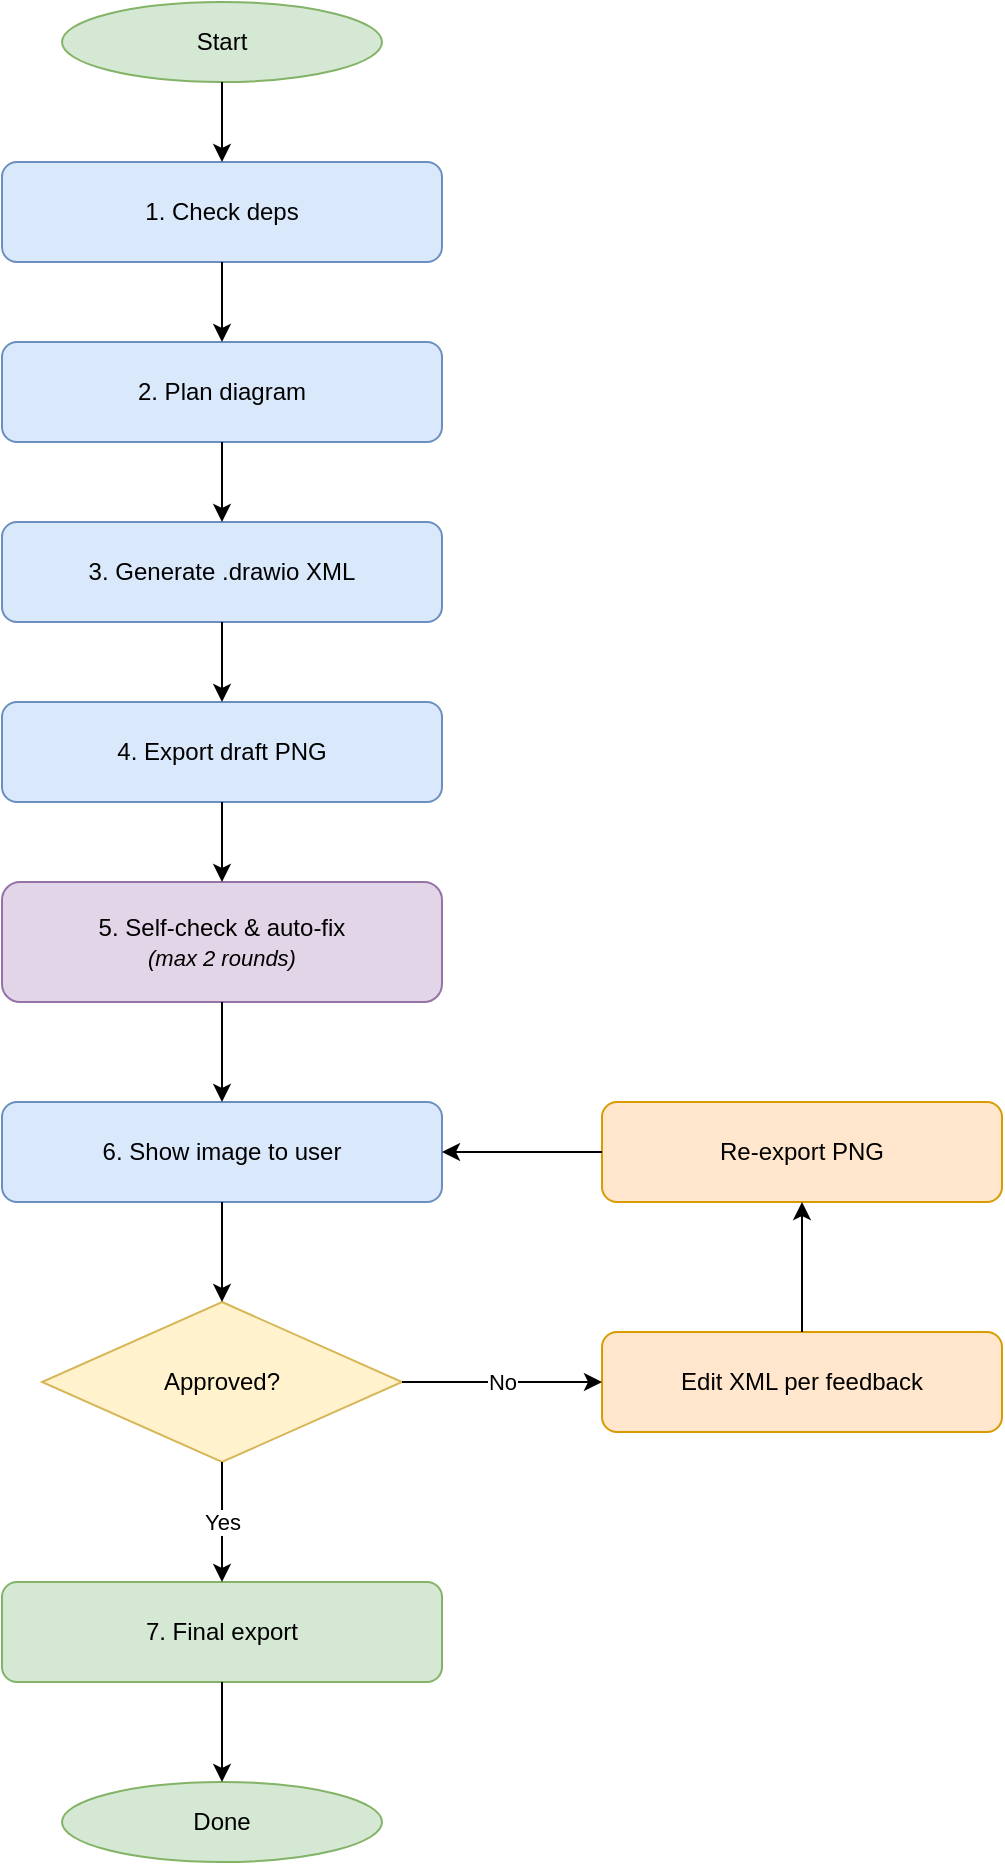
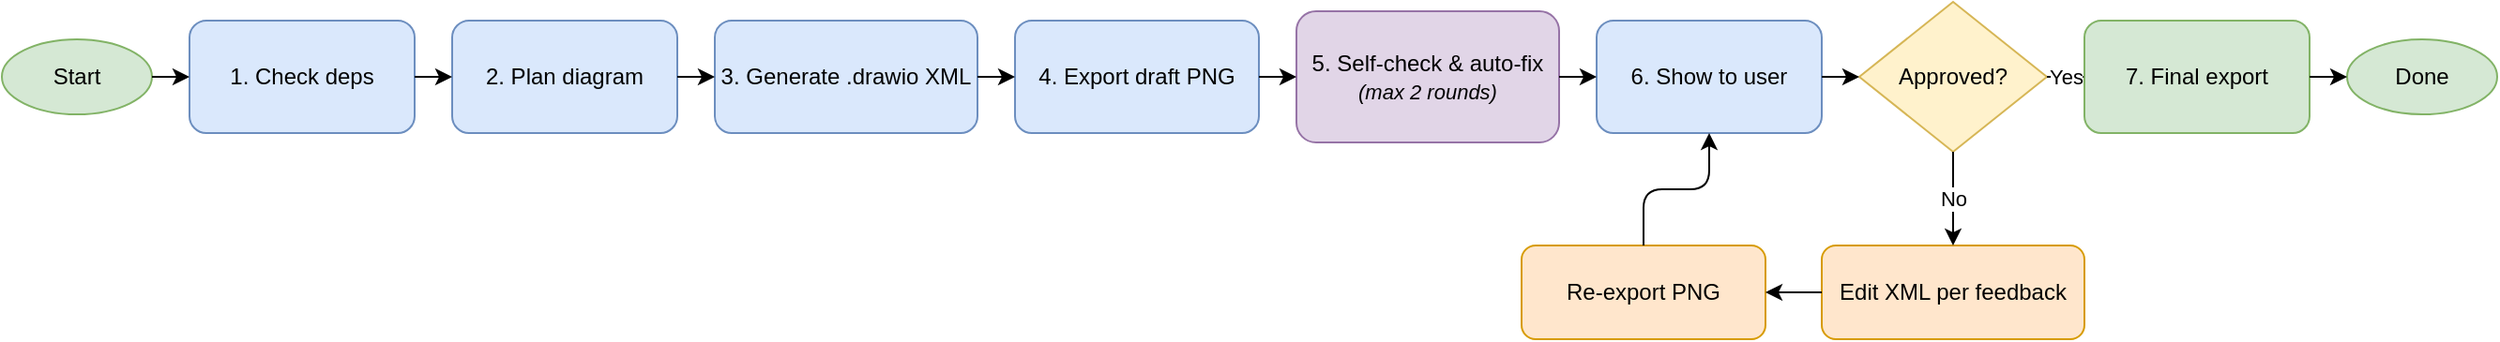
<?xml version="1.0" encoding="UTF-8"?>
<mxfile host="drawio" version="26.0.0">
  <diagram name="Page-1">
-     <mxGraphModel>
+     <mxGraphModel pageWidth="1400" pageHeight="320" grid="1" gridSize="10" guides="1" tooltips="1" connect="1" arrows="1" fold="1" page="1" pageScale="1" math="0" shadow="0">
      <root>
        <mxCell id="0" />
        <mxCell id="1" parent="0" />

        <!-- Start -->
        <mxCell id="2" value="Start" style="ellipse;whiteSpace=wrap;html=1;fillColor=#d5e8d4;strokeColor=#82b366;" vertex="1" parent="1">
-           <mxGeometry x="170" y="20" width="160" height="40" as="geometry" />
+           <mxGeometry x="20" y="130" width="80" height="40" as="geometry" />
        </mxCell>

        <!-- 1. Check deps -->
        <mxCell id="3" value="1. Check deps" style="rounded=1;whiteSpace=wrap;html=1;fillColor=#dae8fc;strokeColor=#6c8ebf;" vertex="1" parent="1">
-           <mxGeometry x="140" y="100" width="220" height="50" as="geometry" />
+           <mxGeometry x="120" y="120" width="120" height="60" as="geometry" />
        </mxCell>

-         <!-- 2. Plan -->
+         <!-- 2. Plan diagram -->
        <mxCell id="4" value="2. Plan diagram" style="rounded=1;whiteSpace=wrap;html=1;fillColor=#dae8fc;strokeColor=#6c8ebf;" vertex="1" parent="1">
-           <mxGeometry x="140" y="190" width="220" height="50" as="geometry" />
+           <mxGeometry x="260" y="120" width="120" height="60" as="geometry" />
        </mxCell>

        <!-- 3. Generate XML -->
        <mxCell id="5" value="3. Generate .drawio XML" style="rounded=1;whiteSpace=wrap;html=1;fillColor=#dae8fc;strokeColor=#6c8ebf;" vertex="1" parent="1">
-           <mxGeometry x="140" y="280" width="220" height="50" as="geometry" />
+           <mxGeometry x="400" y="120" width="140" height="60" as="geometry" />
        </mxCell>

-         <!-- 4. Export PNG -->
+         <!-- 4. Export draft PNG -->
        <mxCell id="6" value="4. Export draft PNG" style="rounded=1;whiteSpace=wrap;html=1;fillColor=#dae8fc;strokeColor=#6c8ebf;" vertex="1" parent="1">
-           <mxGeometry x="140" y="370" width="220" height="50" as="geometry" />
+           <mxGeometry x="560" y="120" width="130" height="60" as="geometry" />
        </mxCell>

-         <!-- 5. Self-check -->
+         <!-- 5. Self-check &amp; auto-fix -->
        <mxCell id="7" value="5. Self-check &amp; auto-fix&lt;br&gt;&lt;i style=&quot;font-size:11px&quot;&gt;(max 2 rounds)&lt;/i&gt;" style="rounded=1;whiteSpace=wrap;html=1;fillColor=#e1d5e7;strokeColor=#9673a6;" vertex="1" parent="1">
-           <mxGeometry x="140" y="460" width="220" height="60" as="geometry" />
+           <mxGeometry x="710" y="115" width="140" height="70" as="geometry" />
        </mxCell>

-         <!-- 6. Show to user -->
-         <mxCell id="8" value="6. Show image to user" style="rounded=1;whiteSpace=wrap;html=1;fillColor=#dae8fc;strokeColor=#6c8ebf;" vertex="1" parent="1">
-           <mxGeometry x="140" y="570" width="220" height="50" as="geometry" />
+         <!-- 6. Show image to user -->
+         <mxCell id="8" value="6. Show to user" style="rounded=1;whiteSpace=wrap;html=1;fillColor=#dae8fc;strokeColor=#6c8ebf;" vertex="1" parent="1">
+           <mxGeometry x="870" y="120" width="120" height="60" as="geometry" />
        </mxCell>

        <!-- Approved? -->
        <mxCell id="9" value="Approved?" style="rhombus;whiteSpace=wrap;html=1;fillColor=#fff2cc;strokeColor=#d6b656;" vertex="1" parent="1">
-           <mxGeometry x="160" y="670" width="180" height="80" as="geometry" />
-         </mxCell>
- 
-         <!-- Edit XML (side) -->
-         <mxCell id="10" value="Edit XML per feedback" style="rounded=1;whiteSpace=wrap;html=1;fillColor=#ffe6cc;strokeColor=#d79b00;" vertex="1" parent="1">
-           <mxGeometry x="440" y="685" width="200" height="50" as="geometry" />
-         </mxCell>
- 
-         <!-- Re-export PNG (side) -->
-         <mxCell id="11" value="Re-export PNG" style="rounded=1;whiteSpace=wrap;html=1;fillColor=#ffe6cc;strokeColor=#d79b00;" vertex="1" parent="1">
-           <mxGeometry x="440" y="570" width="200" height="50" as="geometry" />
+           <mxGeometry x="1010" y="110" width="100" height="80" as="geometry" />
        </mxCell>

        <!-- 7. Final export -->
        <mxCell id="12" value="7. Final export" style="rounded=1;whiteSpace=wrap;html=1;fillColor=#d5e8d4;strokeColor=#82b366;" vertex="1" parent="1">
-           <mxGeometry x="140" y="810" width="220" height="50" as="geometry" />
+           <mxGeometry x="1130" y="120" width="120" height="60" as="geometry" />
        </mxCell>

        <!-- Done -->
        <mxCell id="13" value="Done" style="ellipse;whiteSpace=wrap;html=1;fillColor=#d5e8d4;strokeColor=#82b366;" vertex="1" parent="1">
-           <mxGeometry x="170" y="910" width="160" height="40" as="geometry" />
+           <mxGeometry x="1270" y="130" width="80" height="40" as="geometry" />
        </mxCell>

-         <!-- Edges: main flow -->
-         <mxCell id="20" value="" style="edgeStyle=orthogonalEdgeStyle;html=1;exitX=0.5;exitY=1;exitDx=0;exitDy=0;entryX=0.5;entryY=0;entryDx=0;entryDy=0;" edge="1" parent="1" source="2" target="3">
+         <!-- Edit XML (below) -->
+         <mxCell id="10" value="Edit XML per feedback" style="rounded=1;whiteSpace=wrap;html=1;fillColor=#ffe6cc;strokeColor=#d79b00;" vertex="1" parent="1">
+           <mxGeometry x="990" y="240" width="140" height="50" as="geometry" />
+         </mxCell>
+ 
+         <!-- Re-export PNG (below) -->
+         <mxCell id="11" value="Re-export PNG" style="rounded=1;whiteSpace=wrap;html=1;fillColor=#ffe6cc;strokeColor=#d79b00;" vertex="1" parent="1">
+           <mxGeometry x="830" y="240" width="130" height="50" as="geometry" />
+         </mxCell>
+ 
+         <!-- Edges: main left-to-right flow -->
+         <mxCell id="20" value="" style="edgeStyle=orthogonalEdgeStyle;html=1;exitX=1;exitY=0.5;exitDx=0;exitDy=0;entryX=0;entryY=0.5;entryDx=0;entryDy=0;" edge="1" parent="1" source="2" target="3">
          <mxGeometry relative="1" as="geometry" />
        </mxCell>
-         <mxCell id="21" value="" style="edgeStyle=orthogonalEdgeStyle;html=1;exitX=0.5;exitY=1;exitDx=0;exitDy=0;entryX=0.5;entryY=0;entryDx=0;entryDy=0;" edge="1" parent="1" source="3" target="4">
+         <mxCell id="21" value="" style="edgeStyle=orthogonalEdgeStyle;html=1;exitX=1;exitY=0.5;exitDx=0;exitDy=0;entryX=0;entryY=0.5;entryDx=0;entryDy=0;" edge="1" parent="1" source="3" target="4">
          <mxGeometry relative="1" as="geometry" />
        </mxCell>
-         <mxCell id="22" value="" style="edgeStyle=orthogonalEdgeStyle;html=1;exitX=0.5;exitY=1;exitDx=0;exitDy=0;entryX=0.5;entryY=0;entryDx=0;entryDy=0;" edge="1" parent="1" source="4" target="5">
+         <mxCell id="22" value="" style="edgeStyle=orthogonalEdgeStyle;html=1;exitX=1;exitY=0.5;exitDx=0;exitDy=0;entryX=0;entryY=0.5;entryDx=0;entryDy=0;" edge="1" parent="1" source="4" target="5">
          <mxGeometry relative="1" as="geometry" />
        </mxCell>
-         <mxCell id="23" value="" style="edgeStyle=orthogonalEdgeStyle;html=1;exitX=0.5;exitY=1;exitDx=0;exitDy=0;entryX=0.5;entryY=0;entryDx=0;entryDy=0;" edge="1" parent="1" source="5" target="6">
+         <mxCell id="23" value="" style="edgeStyle=orthogonalEdgeStyle;html=1;exitX=1;exitY=0.5;exitDx=0;exitDy=0;entryX=0;entryY=0.5;entryDx=0;entryDy=0;" edge="1" parent="1" source="5" target="6">
          <mxGeometry relative="1" as="geometry" />
        </mxCell>
-         <mxCell id="24" value="" style="edgeStyle=orthogonalEdgeStyle;html=1;exitX=0.5;exitY=1;exitDx=0;exitDy=0;entryX=0.5;entryY=0;entryDx=0;entryDy=0;" edge="1" parent="1" source="6" target="7">
+         <mxCell id="24" value="" style="edgeStyle=orthogonalEdgeStyle;html=1;exitX=1;exitY=0.5;exitDx=0;exitDy=0;entryX=0;entryY=0.5;entryDx=0;entryDy=0;" edge="1" parent="1" source="6" target="7">
          <mxGeometry relative="1" as="geometry" />
        </mxCell>
-         <mxCell id="25" value="" style="edgeStyle=orthogonalEdgeStyle;html=1;exitX=0.5;exitY=1;exitDx=0;exitDy=0;entryX=0.5;entryY=0;entryDx=0;entryDy=0;" edge="1" parent="1" source="7" target="8">
+         <mxCell id="25" value="" style="edgeStyle=orthogonalEdgeStyle;html=1;exitX=1;exitY=0.5;exitDx=0;exitDy=0;entryX=0;entryY=0.5;entryDx=0;entryDy=0;" edge="1" parent="1" source="7" target="8">
          <mxGeometry relative="1" as="geometry" />
        </mxCell>
-         <mxCell id="26" value="" style="edgeStyle=orthogonalEdgeStyle;html=1;exitX=0.5;exitY=1;exitDx=0;exitDy=0;entryX=0.5;entryY=0;entryDx=0;entryDy=0;" edge="1" parent="1" source="8" target="9">
+         <mxCell id="26" value="" style="edgeStyle=orthogonalEdgeStyle;html=1;exitX=1;exitY=0.5;exitDx=0;exitDy=0;entryX=0;entryY=0.5;entryDx=0;entryDy=0;" edge="1" parent="1" source="8" target="9">
          <mxGeometry relative="1" as="geometry" />
        </mxCell>

        <!-- Approved? → Yes → Final export -->
-         <mxCell id="27" value="Yes" style="edgeStyle=orthogonalEdgeStyle;html=1;exitX=0.5;exitY=1;exitDx=0;exitDy=0;entryX=0.5;entryY=0;entryDx=0;entryDy=0;" edge="1" parent="1" source="9" target="12">
-           <mxGeometry relative="1" as="geometry" />
-         </mxCell>
- 
-         <!-- Approved? → No → Edit XML -->
-         <mxCell id="28" value="No" style="edgeStyle=orthogonalEdgeStyle;html=1;exitX=1;exitY=0.5;exitDx=0;exitDy=0;entryX=0;entryY=0.5;entryDx=0;entryDy=0;" edge="1" parent="1" source="9" target="10">
-           <mxGeometry relative="1" as="geometry" />
-         </mxCell>
- 
-         <!-- Edit XML → Re-export -->
-         <mxCell id="29" value="" style="edgeStyle=orthogonalEdgeStyle;html=1;exitX=0.5;exitY=0;exitDx=0;exitDy=0;entryX=0.5;entryY=1;entryDx=0;entryDy=0;" edge="1" parent="1" source="10" target="11">
-           <mxGeometry relative="1" as="geometry" />
-         </mxCell>
- 
-         <!-- Re-export → Show (loop back) -->
-         <mxCell id="30" value="" style="edgeStyle=orthogonalEdgeStyle;html=1;exitX=0;exitY=0.5;exitDx=0;exitDy=0;entryX=1;entryY=0.5;entryDx=0;entryDy=0;" edge="1" parent="1" source="11" target="8">
+         <mxCell id="27" value="Yes" style="edgeStyle=orthogonalEdgeStyle;html=1;exitX=1;exitY=0.5;exitDx=0;exitDy=0;entryX=0;entryY=0.5;entryDx=0;entryDy=0;" edge="1" parent="1" source="9" target="12">
          <mxGeometry relative="1" as="geometry" />
        </mxCell>

        <!-- Final export → Done -->
-         <mxCell id="31" value="" style="edgeStyle=orthogonalEdgeStyle;html=1;exitX=0.5;exitY=1;exitDx=0;exitDy=0;entryX=0.5;entryY=0;entryDx=0;entryDy=0;" edge="1" parent="1" source="12" target="13">
+         <mxCell id="31" value="" style="edgeStyle=orthogonalEdgeStyle;html=1;exitX=1;exitY=0.5;exitDx=0;exitDy=0;entryX=0;entryY=0.5;entryDx=0;entryDy=0;" edge="1" parent="1" source="12" target="13">
+           <mxGeometry relative="1" as="geometry" />
+         </mxCell>
+ 
+         <!-- Approved? → No → Edit XML (downward) -->
+         <mxCell id="28" value="No" style="edgeStyle=orthogonalEdgeStyle;html=1;exitX=0.5;exitY=1;exitDx=0;exitDy=0;entryX=0.5;entryY=0;entryDx=0;entryDy=0;" edge="1" parent="1" source="9" target="10">
+           <mxGeometry relative="1" as="geometry" />
+         </mxCell>
+ 
+         <!-- Edit XML → Re-export (right-to-left) -->
+         <mxCell id="29" value="" style="edgeStyle=orthogonalEdgeStyle;html=1;exitX=0;exitY=0.5;exitDx=0;exitDy=0;entryX=1;entryY=0.5;entryDx=0;entryDy=0;" edge="1" parent="1" source="10" target="11">
+           <mxGeometry relative="1" as="geometry" />
+         </mxCell>
+ 
+         <!-- Re-export → 6. Show to user (upward loop) -->
+         <mxCell id="30" value="" style="edgeStyle=orthogonalEdgeStyle;html=1;exitX=0.5;exitY=0;exitDx=0;exitDy=0;entryX=0.5;entryY=1;entryDx=0;entryDy=0;" edge="1" parent="1" source="11" target="8">
          <mxGeometry relative="1" as="geometry" />
        </mxCell>

      </root>
    </mxGraphModel>
  </diagram>
</mxfile>
